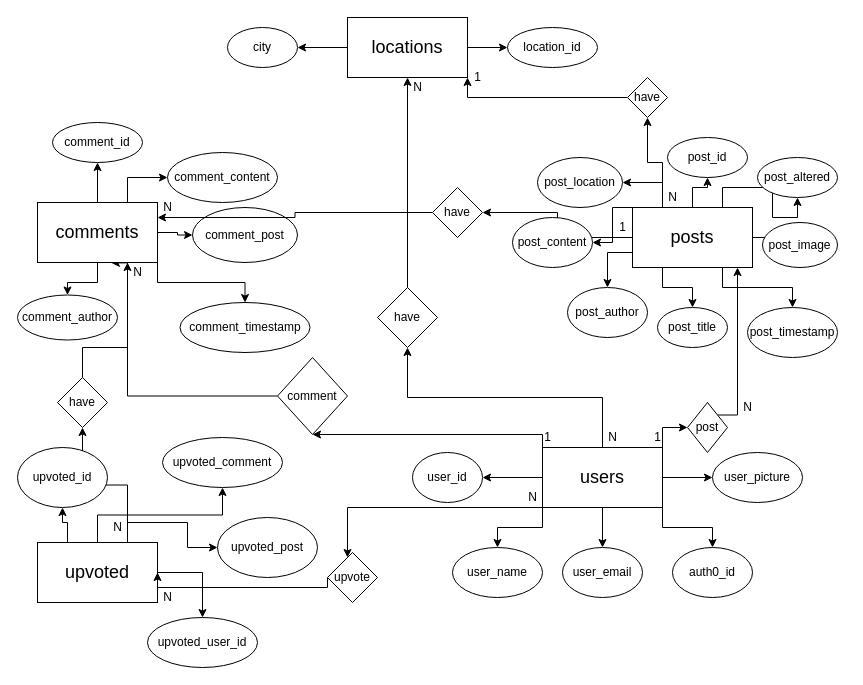
Above: Untitled Diagram.drawio in Suraj-Gov/local-talk (draw.io), before the change. Source tidied: cells renumbered, new cells numbered last; positions are measured from the earlier drawing's top-left corner, leaving out a move shared by most shapes. Both pictures are drawn from the tidied source at 100%, with x=0, y=0 at pixel (17, 17).
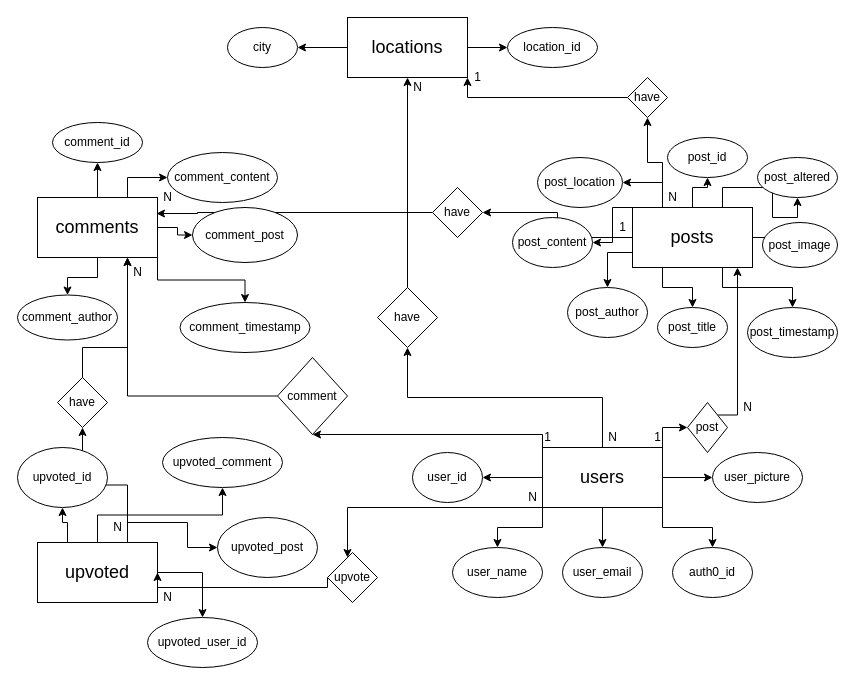
The same diagram, later.

Commit message:
adjustments to line flow

The change refers to these unchanged cells:
```xml
<mxCell id="80" value="have" style="rhombus;whiteSpace=wrap;html=1;" parent="1" vertex="1">
  <mxGeometry x="415" y="170" width="50" height="50" as="geometry" />
</mxCell>
<mxCell id="87" value="have" style="rhombus;whiteSpace=wrap;html=1;" parent="1" vertex="1">
  <mxGeometry x="40" y="360" width="50" height="50" as="geometry" />
</mxCell>
```

Change to the diagram source:
```diff
@@
-    <mxCell id="2" style="edgeStyle=orthogonalEdgeStyle;rounded=0;jettySize=auto;html=1;exitX=0.5;exitY=0;exitDx=0;exitDy=0;entryX=0.616;entryY=1.007;entryDx=0;entryDy=0;entryPerimeter=0;" parent="1" edge="1" source="87" target="47">
+    <mxCell id="2" style="edgeStyle=orthogonalEdgeStyle;rounded=0;jettySize=auto;html=1;exitX=0.5;exitY=0;exitDx=0;exitDy=0;entryX=0.75;entryY=1;entryDx=0;entryDy=0;" parent="1" edge="1" source="87" target="47">
       <mxGeometry relative="1" as="geometry">
         <Array as="points">
           <mxPoint x="65" y="330" />
           <mxPoint x="110" y="330" />
-          <mxPoint x="110" y="245" />
         </Array>
       </mxGeometry>
     </mxCell>
@@
     <mxCell id="47" value="&lt;font style=&quot;font-size: 18px&quot;&gt;comments&lt;/font&gt;" style="rounded=0;whiteSpace=wrap;html=1;" parent="1" vertex="1">
-      <mxGeometry x="20" y="185" width="120" height="60" as="geometry" />
+      <mxGeometry x="20" y="180" width="120" height="60" as="geometry" />
     </mxCell>
@@
-    <mxCell id="51" value="comment_post" style="ellipse;whiteSpace=wrap;html=1;" parent="1" vertex="1">
-      <mxGeometry x="175" y="190" width="105" height="55" as="geometry" />
-    </mxCell>
@@
-    <mxCell id="79" style="edgeStyle=orthogonalEdgeStyle;rounded=0;jettySize=auto;html=1;exitX=0;exitY=0.5;exitDx=0;exitDy=0;entryX=1;entryY=0.25;entryDx=0;entryDy=0;" parent="1" edge="1" source="80" target="47">
-      <mxGeometry relative="1" as="geometry" />
+    <mxCell id="79" style="edgeStyle=orthogonalEdgeStyle;rounded=0;jettySize=auto;html=1;exitX=0;exitY=0.5;exitDx=0;exitDy=0;" parent="1" edge="1" source="80">
+      <mxGeometry relative="1" as="geometry">
+        <mxPoint x="139" y="196" as="targetPoint" />
+        <Array as="points">
+          <mxPoint x="180" y="195" />
+          <mxPoint x="180" y="196" />
+        </Array>
+      </mxGeometry>
     </mxCell>
@@
     <mxCell id="82" value="N" style="text;html=1;align=center;verticalAlign=middle;" parent="1" vertex="1">
-      <mxGeometry x="140" y="180" width="20" height="20" as="geometry" />
+      <mxGeometry x="140" y="170" width="20" height="20" as="geometry" />
     </mxCell>
@@
+    <mxCell id="51" value="comment_post" style="ellipse;whiteSpace=wrap;html=1;" parent="1" vertex="1">
+      <mxGeometry x="175" y="190" width="105" height="55" as="geometry" />
+    </mxCell>
```
